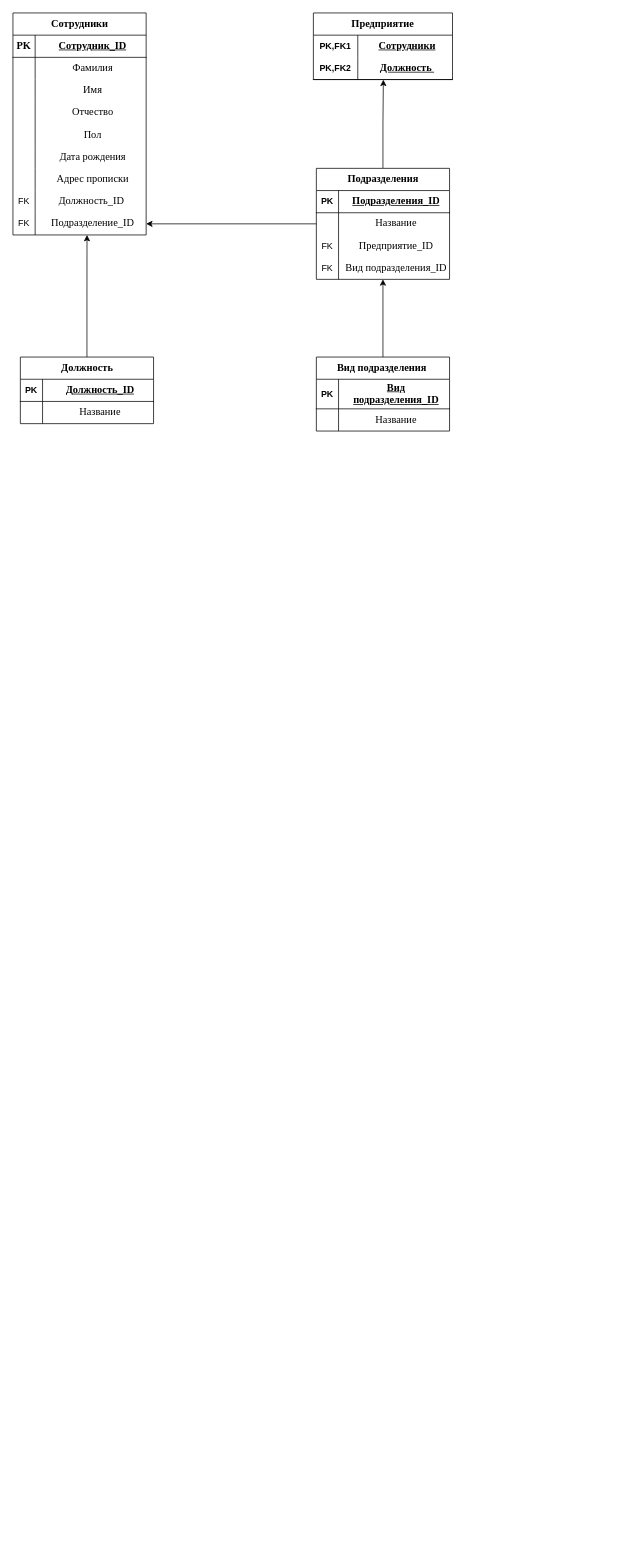
This is YP-09-Server-Side-Programming.drawio from LunaGameX/YP-09-Server-Side-Programming, a draw.io file, before an edit. Source tidied: cells renumbered, new cells numbered last; positions are measured from the earlier drawing's top-left corner, leaving out a move shared by most shapes. Both pictures are drawn from the tidied source at 74%, with x=0, y=0 at pixel (13, 13).
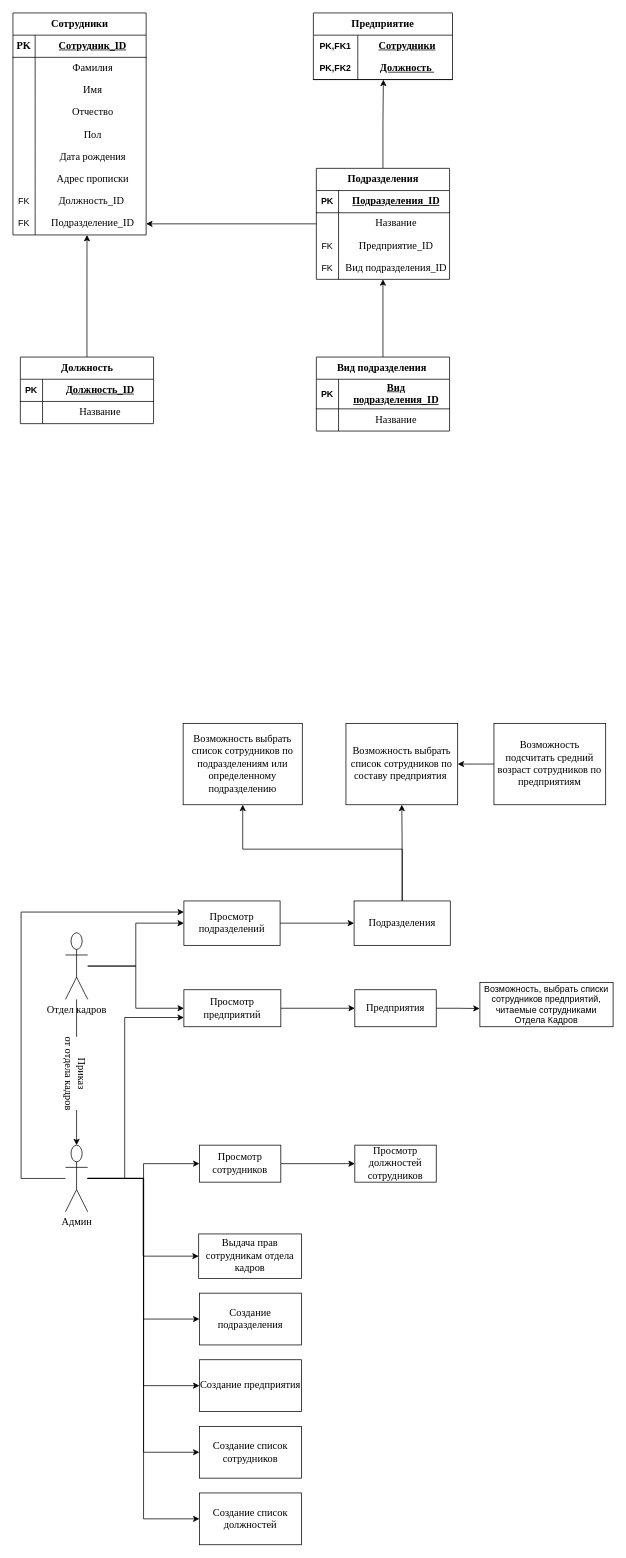
The same page after the edit.

The edit, as a diff of the source:
```diff
@@
+    <mxCell id="68" style="edgeStyle=orthogonalEdgeStyle;rounded=0;jettySize=auto;html=1;entryX=0;entryY=0.5;entryDx=0;entryDy=0;" parent="1" edge="1" source="76" target="92">
+      <mxGeometry relative="1" as="geometry" />
+    </mxCell>
+    <mxCell id="69" style="edgeStyle=orthogonalEdgeStyle;rounded=0;jettySize=auto;html=1;entryX=0;entryY=0.5;entryDx=0;entryDy=0;" parent="1" edge="1" source="76" target="94">
+      <mxGeometry relative="1" as="geometry" />
+    </mxCell>
+    <mxCell id="70" style="edgeStyle=orthogonalEdgeStyle;rounded=0;jettySize=auto;html=1;entryX=0;entryY=0.25;entryDx=0;entryDy=0;" parent="1" edge="1" source="76" target="83">
+      <mxGeometry relative="1" as="geometry">
+        <Array as="points">
+          <mxPoint x="11" y="1575" />
+          <mxPoint x="11" y="1215" />
+        </Array>
+      </mxGeometry>
+    </mxCell>
+    <mxCell id="71" style="edgeStyle=orthogonalEdgeStyle;rounded=0;jettySize=auto;html=1;entryX=0;entryY=0.75;entryDx=0;entryDy=0;" parent="1" edge="1" source="76" target="88">
+      <mxGeometry relative="1" as="geometry">
+        <Array as="points">
+          <mxPoint x="151" y="1575" />
+          <mxPoint x="151" y="1357" />
+        </Array>
+      </mxGeometry>
+    </mxCell>
+    <mxCell id="72" style="edgeStyle=orthogonalEdgeStyle;rounded=0;jettySize=auto;html=1;entryX=0;entryY=0.5;entryDx=0;entryDy=0;" parent="1" edge="1" source="76" target="100">
+      <mxGeometry relative="1" as="geometry" />
+    </mxCell>
+    <mxCell id="73" style="edgeStyle=orthogonalEdgeStyle;rounded=0;jettySize=auto;html=1;entryX=0;entryY=0.5;entryDx=0;entryDy=0;" parent="1" edge="1" source="76" target="101">
+      <mxGeometry relative="1" as="geometry" />
+    </mxCell>
+    <mxCell id="74" style="edgeStyle=orthogonalEdgeStyle;rounded=0;jettySize=auto;html=1;entryX=0;entryY=0.5;entryDx=0;entryDy=0;" parent="1" edge="1" source="76" target="102">
+      <mxGeometry relative="1" as="geometry" />
+    </mxCell>
+    <mxCell id="75" style="edgeStyle=orthogonalEdgeStyle;rounded=0;jettySize=auto;html=1;entryX=0;entryY=0.5;entryDx=0;entryDy=0;" parent="1" edge="1" source="76" target="103">
+      <mxGeometry relative="1" as="geometry" />
+    </mxCell>
+    <mxCell id="76" value="&lt;font face=&quot;Times New Roman&quot;&gt;&lt;span style=&quot;font-size: 14px;&quot;&gt;Админ&lt;/span&gt;&lt;/font&gt;" style="shape=umlActor;verticalLabelPosition=bottom;verticalAlign=top;html=1;" parent="1" vertex="1">
+      <mxGeometry x="71" y="1530" width="30" height="90" as="geometry" />
+    </mxCell>
+    <mxCell id="77" style="edgeStyle=orthogonalEdgeStyle;rounded=0;jettySize=auto;html=1;entryX=0;entryY=0.5;entryDx=0;entryDy=0;" parent="1" edge="1" source="81" target="88">
+      <mxGeometry relative="1" as="geometry" />
+    </mxCell>
+    <mxCell id="78" style="edgeStyle=orthogonalEdgeStyle;rounded=0;jettySize=auto;html=1;entryX=0;entryY=0.5;entryDx=0;entryDy=0;" parent="1" edge="1" source="81" target="83">
+      <mxGeometry relative="1" as="geometry" />
+    </mxCell>
+    <mxCell id="79" style="edgeStyle=orthogonalEdgeStyle;rounded=0;jettySize=auto;html=1;entryX=0.5;entryY=0;entryDx=0;entryDy=0;entryPerimeter=0;" parent="1" edge="1" source="81" target="76">
+      <mxGeometry relative="1" as="geometry" />
+    </mxCell>
+    <mxCell id="80" value="&lt;font style=&quot;font-size: 14px;&quot; face=&quot;Times New Roman&quot;&gt;Приказ&lt;br&gt;от отдела кадров&lt;br&gt;&lt;/font&gt;" style="edgeLabel;html=1;align=center;verticalAlign=middle;rotation=90;" parent="79" vertex="1">
+      <mxGeometry x="-0.19" relative="1" as="geometry">
+        <mxPoint x="-1" y="19" as="offset" />
+      </mxGeometry>
+    </mxCell>
+    <mxCell id="81" value="&lt;font face=&quot;Times New Roman&quot;&gt;&lt;span style=&quot;font-size: 14px;&quot;&gt;Отдел кадров&lt;/span&gt;&lt;/font&gt;" style="shape=umlActor;verticalLabelPosition=bottom;verticalAlign=top;html=1;" parent="1" vertex="1">
+      <mxGeometry x="71" y="1243" width="30" height="90" as="geometry" />
+    </mxCell>
+    <mxCell id="82" style="edgeStyle=orthogonalEdgeStyle;rounded=0;jettySize=auto;html=1;entryX=0;entryY=0.5;entryDx=0;entryDy=0;" parent="1" edge="1" source="83" target="86">
+      <mxGeometry relative="1" as="geometry" />
+    </mxCell>
+    <mxCell id="83" value="&lt;font style=&quot;font-size: 14px;&quot; face=&quot;Times New Roman&quot;&gt;Просмотр подразделений&lt;/font&gt;" style="html=1;whiteSpace=wrap;" parent="1" vertex="1">
+      <mxGeometry x="231" y="1200" width="130" height="60" as="geometry" />
+    </mxCell>
+    <mxCell id="84" style="edgeStyle=orthogonalEdgeStyle;rounded=0;jettySize=auto;html=1;entryX=0.5;entryY=1;entryDx=0;entryDy=0;" parent="1" edge="1" source="86" target="97">
+      <mxGeometry relative="1" as="geometry" />
+    </mxCell>
+    <mxCell id="85" style="edgeStyle=orthogonalEdgeStyle;rounded=0;jettySize=auto;html=1;entryX=0.5;entryY=1;entryDx=0;entryDy=0;" parent="1" edge="1" source="86" target="96">
+      <mxGeometry relative="1" as="geometry">
+        <Array as="points">
+          <mxPoint x="526" y="1130" />
+          <mxPoint x="310" y="1130" />
+        </Array>
+      </mxGeometry>
+    </mxCell>
+    <mxCell id="86" value="&lt;font style=&quot;font-size: 14px;&quot; face=&quot;Times New Roman&quot;&gt;Подразделения&lt;/font&gt;" style="html=1;whiteSpace=wrap;" parent="1" vertex="1">
+      <mxGeometry x="461" y="1200" width="130" height="60" as="geometry" />
+    </mxCell>
+    <mxCell id="87" style="edgeStyle=orthogonalEdgeStyle;rounded=0;jettySize=auto;html=1;" parent="1" edge="1" source="88" target="90">
+      <mxGeometry relative="1" as="geometry" />
+    </mxCell>
+    <mxCell id="88" value="&lt;font style=&quot;font-size: 14px;&quot; face=&quot;Times New Roman&quot;&gt;Просмотр&lt;br&gt;предприятий&lt;/font&gt;" style="html=1;whiteSpace=wrap;" parent="1" vertex="1">
+      <mxGeometry x="231" y="1320" width="131" height="50" as="geometry" />
+    </mxCell>
+    <mxCell id="89" style="edgeStyle=orthogonalEdgeStyle;rounded=0;jettySize=auto;html=1;entryX=-0.002;entryY=0.59;entryDx=0;entryDy=0;entryPerimeter=0;" parent="1" edge="1" source="90" target="95">
+      <mxGeometry relative="1" as="geometry" />
+    </mxCell>
+    <mxCell id="90" value="&lt;font style=&quot;font-size: 14px;&quot; face=&quot;Times New Roman&quot;&gt;Предприятия&lt;/font&gt;" style="html=1;whiteSpace=wrap;" parent="1" vertex="1">
+      <mxGeometry x="462" y="1320" width="110" height="50" as="geometry" />
+    </mxCell>
+    <mxCell id="91" style="edgeStyle=orthogonalEdgeStyle;rounded=0;jettySize=auto;html=1;" parent="1" edge="1" source="92" target="93">
+      <mxGeometry relative="1" as="geometry" />
+    </mxCell>
+    <mxCell id="92" value="&lt;font style=&quot;font-size: 14px;&quot; face=&quot;Times New Roman&quot;&gt;Просмотр сотрудников&lt;/font&gt;" style="html=1;whiteSpace=wrap;" parent="1" vertex="1">
+      <mxGeometry x="252" y="1530" width="110" height="50" as="geometry" />
+    </mxCell>
+    <mxCell id="93" value="&lt;font style=&quot;font-size: 14px;&quot; face=&quot;Times New Roman&quot;&gt;Просмотр должностей&lt;br&gt;сотрудников&lt;br&gt;&lt;/font&gt;" style="html=1;whiteSpace=wrap;" parent="1" vertex="1">
+      <mxGeometry x="462" y="1530" width="110" height="50" as="geometry" />
+    </mxCell>
+    <mxCell id="94" value="&lt;font style=&quot;font-size: 14px;&quot; face=&quot;Times New Roman&quot;&gt;Выдача прав сотрудникам отдела кадров&lt;/font&gt;" style="html=1;whiteSpace=wrap;" parent="1" vertex="1">
+      <mxGeometry x="251" y="1650" width="139" height="60" as="geometry" />
+    </mxCell>
+    <mxCell id="95" value="Возможность, выбрать списки сотрудников предприятий, читаемые сотрудниками Отдела Кадров" style="html=1;whiteSpace=wrap;" parent="1" vertex="1">
+      <mxGeometry x="631" y="1310" width="180" height="60" as="geometry" />
+    </mxCell>
+    <mxCell id="96" value="&lt;font style=&quot;font-size: 14px;&quot; face=&quot;Times New Roman&quot;&gt;Возможность выбрать список сотрудников по подразделениям или определенному подразделению&lt;/font&gt;" style="html=1;whiteSpace=wrap;" parent="1" vertex="1">
+      <mxGeometry x="230" y="960" width="161" height="110" as="geometry" />
+    </mxCell>
+    <mxCell id="97" value="&lt;font face=&quot;Times New Roman&quot; style=&quot;font-size: 14px;&quot;&gt;Возможность выбрать список сотрудников по составу предприятия&amp;nbsp;&lt;/font&gt;" style="html=1;whiteSpace=wrap;" parent="1" vertex="1">
+      <mxGeometry x="450" y="960" width="151" height="110" as="geometry" />
+    </mxCell>
+    <mxCell id="98" style="edgeStyle=orthogonalEdgeStyle;rounded=0;jettySize=auto;html=1;entryX=1;entryY=0.5;entryDx=0;entryDy=0;" parent="1" edge="1" source="99" target="97">
+      <mxGeometry relative="1" as="geometry" />
+    </mxCell>
+    <mxCell id="99" value="&lt;font face=&quot;Times New Roman&quot; style=&quot;font-size: 14px;&quot;&gt;Возможность подсчитать средний возраст сотрудников по предприятиям&lt;/font&gt;" style="html=1;whiteSpace=wrap;" parent="1" vertex="1">
+      <mxGeometry x="650" y="960" width="151" height="110" as="geometry" />
+    </mxCell>
+    <mxCell id="100" value="&lt;font style=&quot;font-size: 14px;&quot; face=&quot;Times New Roman&quot;&gt;Создание подразделения&lt;/font&gt;" style="html=1;whiteSpace=wrap;" parent="1" vertex="1">
+      <mxGeometry x="252" y="1730" width="138" height="70" as="geometry" />
+    </mxCell>
+    <mxCell id="101" value="&lt;font style=&quot;font-size: 14px;&quot; face=&quot;Times New Roman&quot;&gt;Создание предприятия&lt;/font&gt;" style="html=1;whiteSpace=wrap;" parent="1" vertex="1">
+      <mxGeometry x="252" y="1820" width="138" height="70" as="geometry" />
+    </mxCell>
+    <mxCell id="102" value="&lt;font style=&quot;font-size: 14px;&quot; face=&quot;Times New Roman&quot;&gt;Создание список&lt;br&gt;сотрудников&lt;br&gt;&lt;/font&gt;" style="html=1;whiteSpace=wrap;" parent="1" vertex="1">
+      <mxGeometry x="252" y="1910" width="138" height="70" as="geometry" />
+    </mxCell>
+    <mxCell id="103" value="&lt;font style=&quot;font-size: 14px;&quot; face=&quot;Times New Roman&quot;&gt;Создание список должностей&lt;/font&gt;" style="html=1;whiteSpace=wrap;" parent="1" vertex="1">
+      <mxGeometry x="252" y="2000" width="138" height="70" as="geometry" />
+    </mxCell>
```
